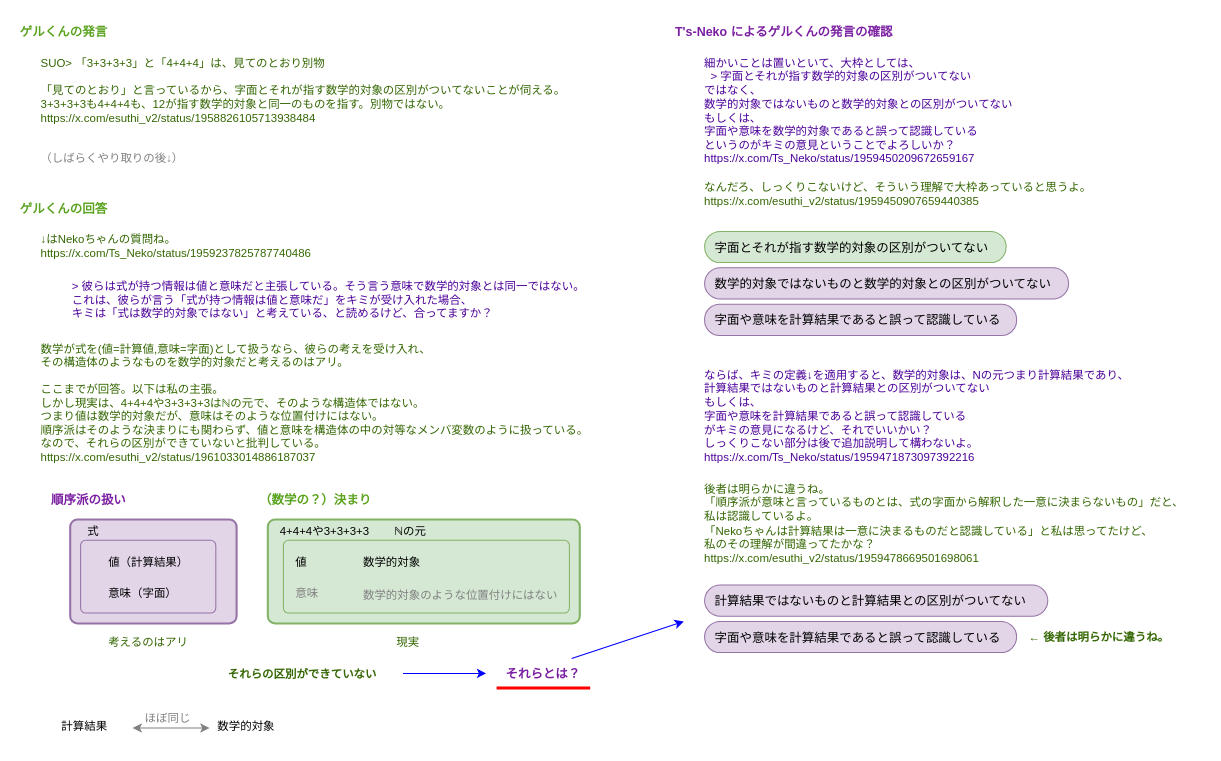
Above: X-conversation/geru/files/value_and_meaning2.drawio in Takakiriy/documents (draw.io), before the change. Source tidied: cells renumbered, new cells numbered last; positions are measured from the earlier drawing's top-left corner, leaving out a move shared by most shapes. Both pictures are drawn from the tidied source at 104%, with x=0, y=0 at pixel (18, 18).
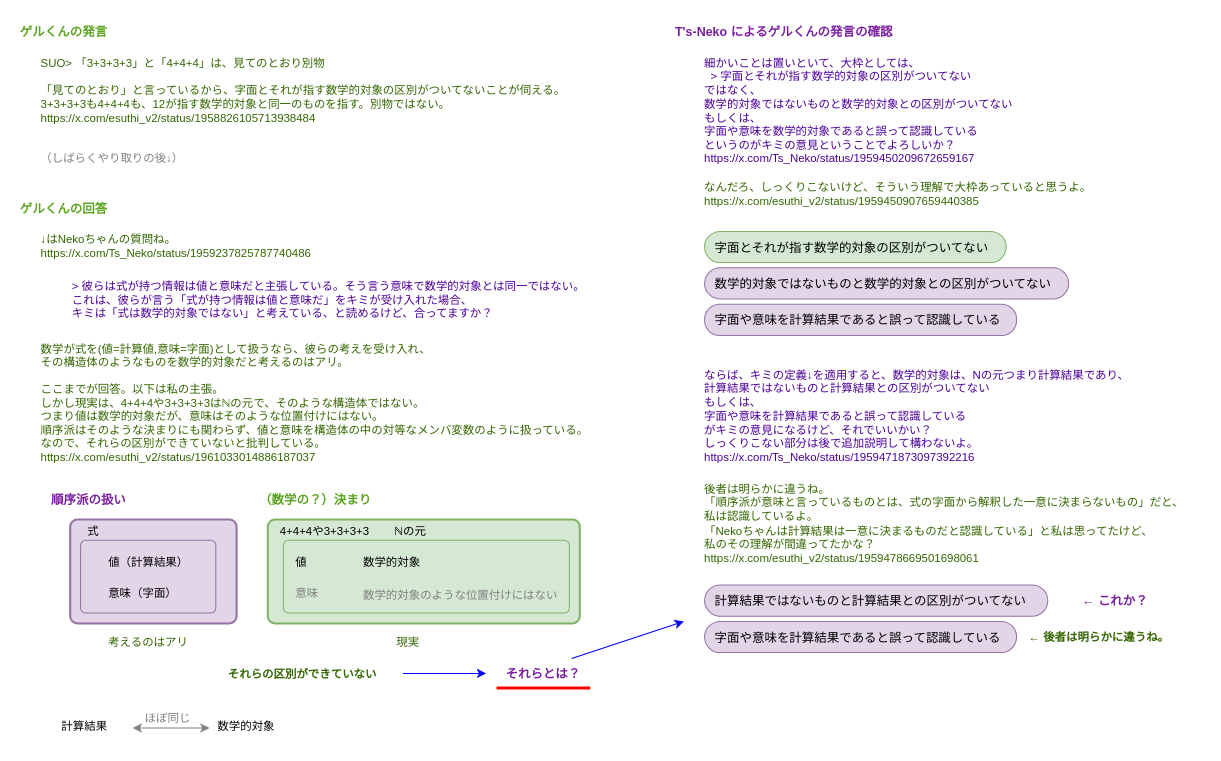
After the change.

The edit, as a diff of the source:
```diff
@@
+    <mxCell id="46" value="← これか？" style="text;align=center;verticalAlign=middle;strokeColor=none;fillColor=none;fontFamily=Helvetica;fontSize=12;fontColor=#7B1FA2;fontStyle=1;" parent="1" vertex="1">
+      <mxGeometry x="1010" y="545" width="90" height="30" as="geometry" />
+    </mxCell>
```
